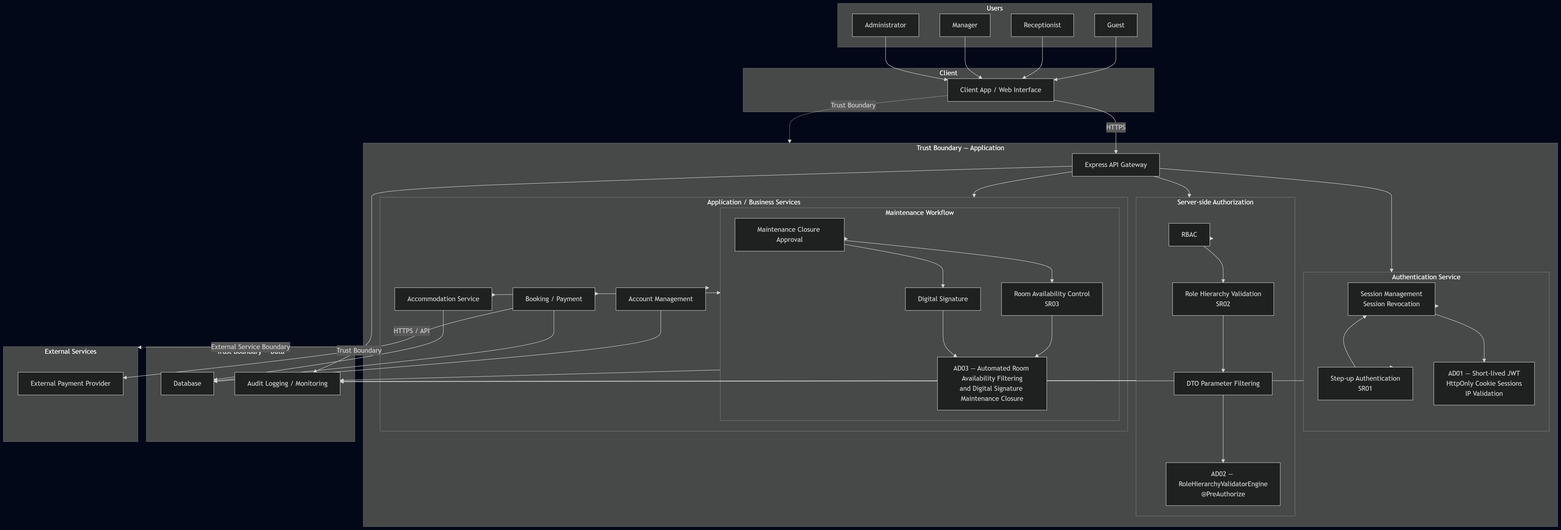
yIuriy/HospedaTche keeps this Mermaid diagram as artifacts/diagrams/secure-architecture.png. Above is the earlier version. Its source is kept beside it as artifacts/diagrams/secure-architecture.mmd. Its diagram source:
```mermaid
flowchart TB



    subgraph USERS["Users"]
        GUEST["Guest"]
        RECEPTIONIST["Receptionist"]
        MANAGER["Manager"]
        ADMIN["Administrator"]
    end

    subgraph CLIENT["Client"]
        WEB["Client App / Web Interface"]
    end

    GUEST --> WEB
    RECEPTIONIST --> WEB
    MANAGER --> WEB
    ADMIN --> WEB



    subgraph APP_BOUNDARY["Trust Boundary — Application"]

        API["Express API Gateway"]

        subgraph AUTH["Authentication Service"]
            STEPUP["Step-up Authentication<br/>SR01"]
            SESSION["Session Management<br/>Session Revocation"]
            AD01["AD01 — Short-lived JWT<br/>HttpOnly Cookie Sessions<br/>IP Validation"]
        end

        subgraph AUTHZ["Server-side Authorization"]
            RBAC["RBAC"]
            ROLE["Role Hierarchy Validation<br/>SR02"]
            DTO["DTO Parameter Filtering"]
            AD02["AD02 — RoleHierarchyValidatorEngine<br/>@PreAuthorize"]
        end

        subgraph SERVICES["Application / Business Services"]
            ACCOUNT["Account Management"]
            BOOKING["Booking / Payment"]
            ACCOMMODATION["Accommodation Service"]

            subgraph MAINTENANCE["Maintenance Workflow"]
                MAINT["Maintenance Closure Approval"]
                AVAILABILITY["Room Availability Control<br/>SR03"]
                SIGNATURE["Digital Signature"]
                AD03["AD03 — Automated Room Availability Filtering<br/>and Digital Signature Maintenance Closure"]
            end
        end
    end



    WEB -->|"HTTPS"| API

    API --> AUTH
    API --> AUTHZ
    API --> SERVICES

    AUTH --> STEPUP
    AUTH --> SESSION
    STEPUP --> SESSION
    SESSION --> AD01

    AUTHZ --> RBAC
    RBAC --> ROLE
    ROLE --> DTO
    DTO --> AD02

    SERVICES --> ACCOUNT
    SERVICES --> BOOKING
    SERVICES --> ACCOMMODATION

    ACCOMMODATION --> MAINTENANCE
    MAINTENANCE --> MAINT
    MAINT --> AVAILABILITY
    MAINT --> SIGNATURE
    AVAILABILITY --> AD03
    SIGNATURE --> AD03



    subgraph DATA_BOUNDARY["Trust Boundary — Data"]
        DB["Database"]
        AUDIT["Audit Logging / Monitoring"]
    end

    ACCOUNT --> DB
    BOOKING --> DB
    ACCOMMODATION --> DB

    API --> AUDIT
    AUTH --> AUDIT
    AUTHZ --> AUDIT
    MAINTENANCE --> AUDIT



    subgraph EXTERNAL["External Services"]
        PAYMENT["External Payment Provider"]
    end

    BOOKING -->|"HTTPS / API"| PAYMENT



    WEB -.->|"Trust Boundary"| APP_BOUNDARY
    APP_BOUNDARY -.->|"Trust Boundary"| DATA_BOUNDARY
    APP_BOUNDARY -.->|"External Service Boundary"| EXTERNAL
```
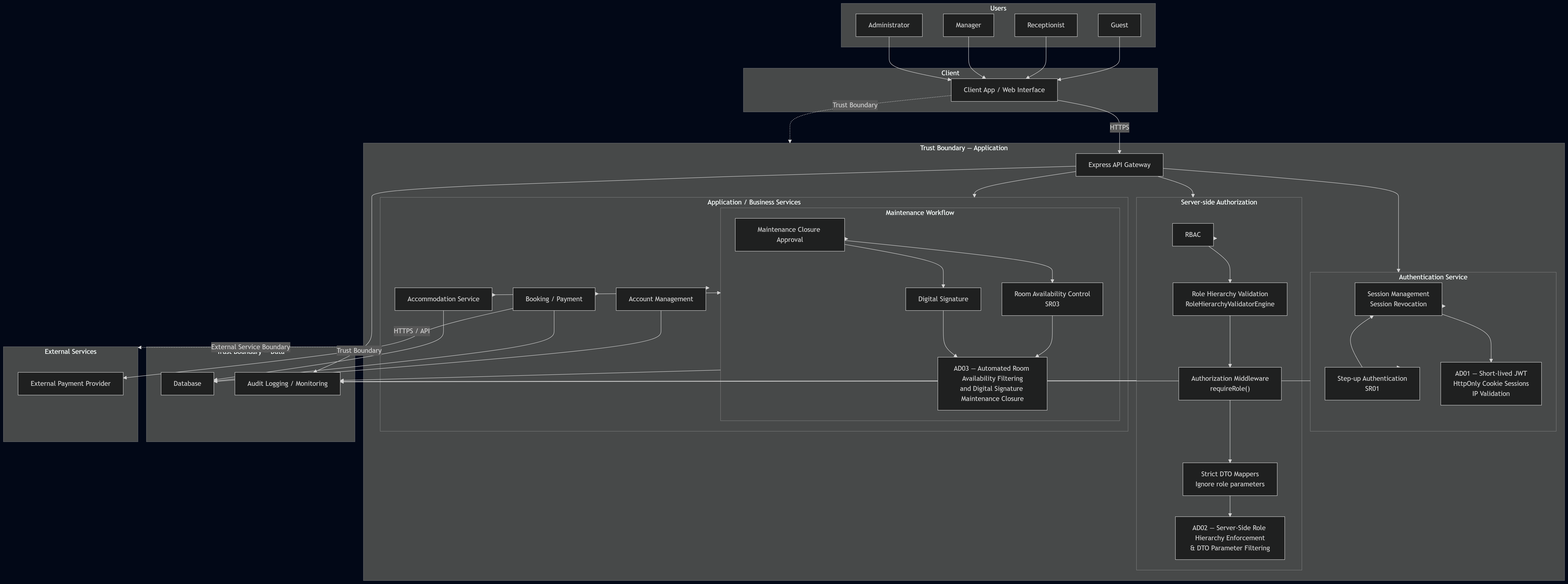
Later version of the same file.

Commit message:
Docs: update authorization architecture diagram

What changed in the source:
```diff
@@ -32,9 +32,10 @@
 
         subgraph AUTHZ["Server-side Authorization"]
             RBAC["RBAC"]
-            ROLE["Role Hierarchy Validation<br/>SR02"]
-            DTO["DTO Parameter Filtering"]
-            AD02["AD02 — RoleHierarchyValidatorEngine<br/>@PreAuthorize"]
+            ROLE["Role Hierarchy Validation<br/>RoleHierarchyValidatorEngine"]
+            MIDDLEWARE["Authorization Middleware<br/>requireRole()"]
+            DTO["Strict DTO Mappers<br/>Ignore role parameters"]
+            AD02["AD02 — Server-Side Role Hierarchy Enforcement<br/>& DTO Parameter Filtering"]
         end
 
         subgraph SERVICES["Application / Business Services"]
@@ -66,7 +67,8 @@
 
     AUTHZ --> RBAC
     RBAC --> ROLE
-    ROLE --> DTO
+    ROLE --> MIDDLEWARE
+    MIDDLEWARE --> DTO
     DTO --> AD02
 
     SERVICES --> ACCOUNT
```
